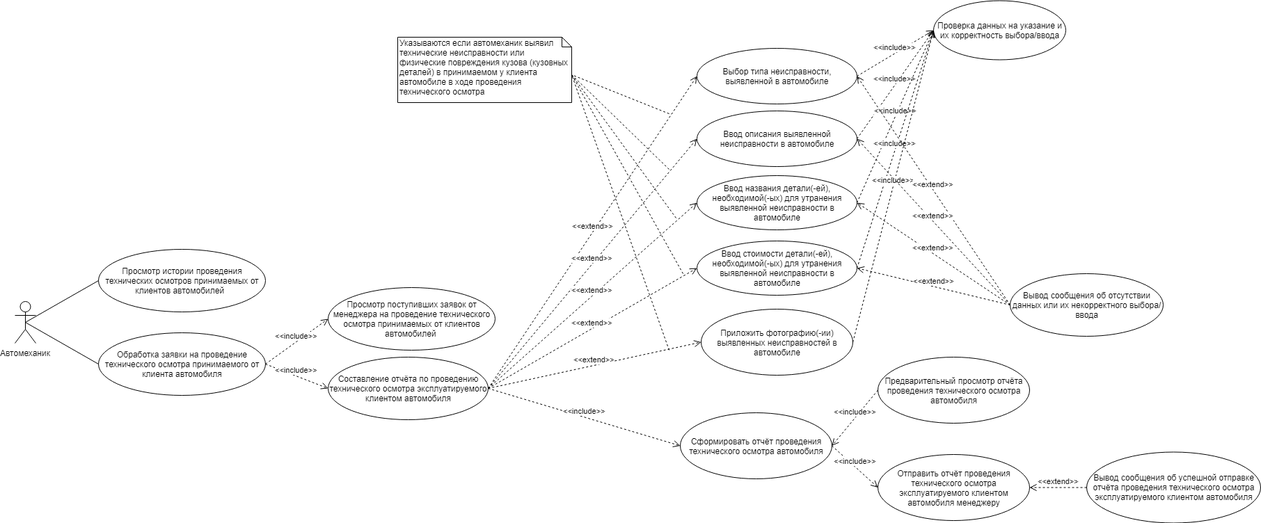
Above: Use-Case diagrams/Use-Case Diagram (Automaster).png in Igor-Manikhin/software-architectures-2020 (draw.io), before the change. Source tidied: cells renumbered, new cells last; positions are measured from the earlier drawing's top-left corner, leaving out a move shared by most shapes. The source it was exported from:
```xml
<mxGraphModel>
  <root>
    <mxCell id="0" />
    <mxCell id="1" parent="0" />
    <mxCell id="2" value="Автомеханик" style="shape=umlActor;verticalLabelPosition=bottom;labelBackgroundColor=#ffffff;verticalAlign=top;html=1;outlineConnect=0;" parent="1" vertex="1">
      <mxGeometry y="432" width="30" height="60" as="geometry" />
    </mxCell>
    <mxCell id="3" value="Просмотр истории проведения технических осмотров принимаемых от клиентов автомобилей&amp;nbsp;&amp;nbsp;" style="ellipse;whiteSpace=wrap;html=1;" parent="1" vertex="1">
      <mxGeometry x="120" y="357" width="240" height="90" as="geometry" />
    </mxCell>
    <mxCell id="4" value="Обработка заявки на проведение технического осмотра принимаемого от клиента автомобиля" style="ellipse;whiteSpace=wrap;html=1;" parent="1" vertex="1">
      <mxGeometry x="120" y="477" width="240" height="90" as="geometry" />
    </mxCell>
    <mxCell id="5" style="endArrow=none;html=1;entryX=0;entryY=0.5;entryDx=0;entryDy=0;exitX=0.5;exitY=0.5;exitDx=0;exitDy=0;exitPerimeter=0;" parent="1" edge="1" source="2" target="4">
      <mxGeometry relative="1" as="geometry" />
    </mxCell>
    <mxCell id="6" style="endArrow=none;html=1;entryX=0;entryY=0.5;entryDx=0;entryDy=0;exitX=0.5;exitY=0.5;exitDx=0;exitDy=0;exitPerimeter=0;" parent="1" edge="1" source="2" target="3">
      <mxGeometry relative="1" as="geometry" />
    </mxCell>
    <mxCell id="7" value="Составление отчёта по проведению технического осмотра эксплуатируемого клиентом автомобиля" style="ellipse;whiteSpace=wrap;html=1;" parent="1" vertex="1">
      <mxGeometry x="450" y="512" width="230" height="90" as="geometry" />
    </mxCell>
    <mxCell id="8" value="&amp;lt;&amp;lt;include&amp;gt;&amp;gt;" style="html=1;verticalAlign=bottom;endArrow=open;dashed=1;endSize=8;exitX=1;exitY=0.5;exitDx=0;exitDy=0;entryX=0;entryY=0.5;entryDx=0;entryDy=0;" parent="1" edge="1" source="4" target="7">
      <mxGeometry relative="1" as="geometry" />
    </mxCell>
    <mxCell id="9" value="Ввод описания выявленной неисправности в автомобиле" style="ellipse;whiteSpace=wrap;html=1;" parent="1" vertex="1">
      <mxGeometry x="980" y="158" width="230" height="80" as="geometry" />
    </mxCell>
    <mxCell id="10" value="Ввод названия детали(-ей), необходимой(-ых) для утранения выявленной неисправности в автомобиле" style="ellipse;whiteSpace=wrap;html=1;" parent="1" vertex="1">
      <mxGeometry x="980" y="251" width="230" height="78" as="geometry" />
    </mxCell>
    <mxCell id="11" value="Ввод стоимости детали(-ей), необходимой(-ых) для утранения выявленной неисправности в автомобиле" style="ellipse;whiteSpace=wrap;html=1;" parent="1" vertex="1">
      <mxGeometry x="980" y="345" width="230" height="78" as="geometry" />
    </mxCell>
    <mxCell id="12" value="Выбор типа неисправности, выявленной в автомобиле" style="ellipse;whiteSpace=wrap;html=1;" parent="1" vertex="1">
      <mxGeometry x="980" y="68" width="230" height="80" as="geometry" />
    </mxCell>
    <mxCell id="13" value="Приложить фотографию(-ии) выявленных неисправностей в автомобиле" style="ellipse;whiteSpace=wrap;html=1;" parent="1" vertex="1">
      <mxGeometry x="986" y="443" width="218" height="95" as="geometry" />
    </mxCell>
    <mxCell id="14" value="&amp;lt;&amp;lt;extend&amp;gt;&amp;gt;" style="html=1;verticalAlign=bottom;endArrow=open;dashed=1;endSize=8;entryX=0;entryY=0.5;entryDx=0;entryDy=0;exitX=1;exitY=0.5;exitDx=0;exitDy=0;" parent="1" edge="1" source="7" target="12">
      <mxGeometry relative="1" as="geometry" />
    </mxCell>
    <mxCell id="15" value="&amp;lt;&amp;lt;extend&amp;gt;&amp;gt;" style="html=1;verticalAlign=bottom;endArrow=open;dashed=1;endSize=8;entryX=0;entryY=0.5;entryDx=0;entryDy=0;exitX=1;exitY=0.5;exitDx=0;exitDy=0;" parent="1" edge="1" source="7" target="9">
      <mxGeometry relative="1" as="geometry" />
    </mxCell>
    <mxCell id="16" value="&amp;lt;&amp;lt;extend&amp;gt;&amp;gt;" style="html=1;verticalAlign=bottom;endArrow=open;dashed=1;endSize=8;entryX=0;entryY=0.5;entryDx=0;entryDy=0;exitX=1;exitY=0.5;exitDx=0;exitDy=0;" parent="1" edge="1" source="7" target="10">
      <mxGeometry relative="1" as="geometry" />
    </mxCell>
    <mxCell id="17" value="&amp;lt;&amp;lt;extend&amp;gt;&amp;gt;" style="html=1;verticalAlign=bottom;endArrow=open;dashed=1;endSize=8;entryX=0;entryY=0.5;entryDx=0;entryDy=0;exitX=1;exitY=0.5;exitDx=0;exitDy=0;" parent="1" edge="1" source="7" target="11">
      <mxGeometry relative="1" as="geometry" />
    </mxCell>
    <mxCell id="18" value="&amp;lt;&amp;lt;extend&amp;gt;&amp;gt;" style="html=1;verticalAlign=bottom;endArrow=open;dashed=1;endSize=8;entryX=0;entryY=0.5;entryDx=0;entryDy=0;exitX=1;exitY=0.5;exitDx=0;exitDy=0;" parent="1" edge="1" source="7" target="13">
      <mxGeometry relative="1" as="geometry" />
    </mxCell>
    <mxCell id="19" value="Проверка данных на указание и их корректность выбора/ввода" style="ellipse;whiteSpace=wrap;html=1;" parent="1" vertex="1">
      <mxGeometry x="1320" y="-0.5" width="190" height="85" as="geometry" />
    </mxCell>
    <mxCell id="20" value="&amp;lt;&amp;lt;include&amp;gt;&amp;gt;" style="html=1;verticalAlign=bottom;endArrow=open;dashed=1;endSize=8;entryX=0;entryY=0.5;entryDx=0;entryDy=0;exitX=1;exitY=0.5;exitDx=0;exitDy=0;" parent="1" edge="1" source="12" target="19">
      <mxGeometry relative="1" as="geometry" />
    </mxCell>
    <mxCell id="21" value="&amp;lt;&amp;lt;include&amp;gt;&amp;gt;" style="html=1;verticalAlign=bottom;endArrow=open;dashed=1;endSize=8;entryX=0;entryY=0.5;entryDx=0;entryDy=0;exitX=1;exitY=0.5;exitDx=0;exitDy=0;" parent="1" edge="1" source="9" target="19">
      <mxGeometry relative="1" as="geometry" />
    </mxCell>
    <mxCell id="22" value="&amp;lt;&amp;lt;include&amp;gt;&amp;gt;" style="html=1;verticalAlign=bottom;endArrow=open;dashed=1;endSize=8;exitX=1;exitY=0.5;exitDx=0;exitDy=0;entryX=0;entryY=0.5;entryDx=0;entryDy=0;" parent="1" edge="1" source="10" target="19">
      <mxGeometry relative="1" as="geometry" />
    </mxCell>
    <mxCell id="23" value="&amp;lt;&amp;lt;include&amp;gt;&amp;gt;" style="html=1;verticalAlign=bottom;endArrow=open;dashed=1;endSize=8;entryX=0;entryY=0.5;entryDx=0;entryDy=0;exitX=1;exitY=0.5;exitDx=0;exitDy=0;" parent="1" edge="1" source="11" target="19">
      <mxGeometry relative="1" as="geometry" />
    </mxCell>
    <mxCell id="24" value="&amp;lt;&amp;lt;include&amp;gt;&amp;gt;" style="html=1;verticalAlign=bottom;endArrow=open;dashed=1;endSize=8;entryX=0;entryY=0.5;entryDx=0;entryDy=0;exitX=1;exitY=0.5;exitDx=0;exitDy=0;" parent="1" edge="1" source="13" target="19">
      <mxGeometry relative="1" as="geometry" />
    </mxCell>
    <mxCell id="25" value="Вывод сообщения об отсутствии данных или их некорректного выбора/ввода" style="ellipse;whiteSpace=wrap;html=1;" parent="1" vertex="1">
      <mxGeometry x="1430" y="392" width="220" height="90" as="geometry" />
    </mxCell>
    <mxCell id="26" value="&amp;lt;&amp;lt;extend&amp;gt;&amp;gt;" style="html=1;verticalAlign=bottom;endArrow=open;dashed=1;endSize=8;entryX=1;entryY=0.5;entryDx=0;entryDy=0;exitX=0;exitY=0.5;exitDx=0;exitDy=0;" parent="1" edge="1" source="25" target="12">
      <mxGeometry relative="1" as="geometry" />
    </mxCell>
    <mxCell id="27" value="&amp;lt;&amp;lt;extend&amp;gt;&amp;gt;" style="html=1;verticalAlign=bottom;endArrow=open;dashed=1;endSize=8;entryX=1;entryY=0.5;entryDx=0;entryDy=0;exitX=0;exitY=0.5;exitDx=0;exitDy=0;" parent="1" edge="1" source="25" target="9">
      <mxGeometry relative="1" as="geometry" />
    </mxCell>
    <mxCell id="28" value="&amp;lt;&amp;lt;extend&amp;gt;&amp;gt;" style="html=1;verticalAlign=bottom;endArrow=open;dashed=1;endSize=8;entryX=1;entryY=0.5;entryDx=0;entryDy=0;exitX=0;exitY=0.5;exitDx=0;exitDy=0;" parent="1" edge="1" source="25" target="10">
      <mxGeometry relative="1" as="geometry" />
    </mxCell>
    <mxCell id="29" value="&amp;lt;&amp;lt;extend&amp;gt;&amp;gt;" style="html=1;verticalAlign=bottom;endArrow=open;dashed=1;endSize=8;entryX=1;entryY=0.5;entryDx=0;entryDy=0;exitX=0;exitY=0.5;exitDx=0;exitDy=0;" parent="1" edge="1" source="25" target="11">
      <mxGeometry relative="1" as="geometry" />
    </mxCell>
    <mxCell id="30" value="Сформировать отчёт проведения технического осмотра автомобиля" style="ellipse;whiteSpace=wrap;html=1;" parent="1" vertex="1">
      <mxGeometry x="956" y="592" width="218" height="95" as="geometry" />
    </mxCell>
    <mxCell id="31" value="&amp;lt;&amp;lt;include&amp;gt;&amp;gt;" style="html=1;verticalAlign=bottom;endArrow=open;dashed=1;endSize=8;exitX=1;exitY=0.5;exitDx=0;exitDy=0;entryX=0;entryY=0.5;entryDx=0;entryDy=0;" parent="1" edge="1" source="7" target="30">
      <mxGeometry relative="1" as="geometry" />
    </mxCell>
    <mxCell id="32" value="Предварительный просмотр отчёта проведения технического осмотра автомобиля" style="ellipse;whiteSpace=wrap;html=1;" parent="1" vertex="1">
      <mxGeometry x="1240" y="512" width="218" height="95" as="geometry" />
    </mxCell>
    <mxCell id="33" value="&amp;lt;&amp;lt;include&amp;gt;&amp;gt;" style="html=1;verticalAlign=bottom;endArrow=open;dashed=1;endSize=8;exitX=0;exitY=0.5;exitDx=0;exitDy=0;entryX=1;entryY=0.5;entryDx=0;entryDy=0;" parent="1" edge="1" source="32" target="30">
      <mxGeometry relative="1" as="geometry" />
    </mxCell>
    <mxCell id="34" value="Отправить отчёт проведения технического осмотра эксплуатируемого клиентом автомобиля менеджеру" style="ellipse;whiteSpace=wrap;html=1;" parent="1" vertex="1">
      <mxGeometry x="1240" y="652" width="218" height="95" as="geometry" />
    </mxCell>
    <mxCell id="35" value="&amp;lt;&amp;lt;include&amp;gt;&amp;gt;" style="html=1;verticalAlign=bottom;endArrow=open;dashed=1;endSize=8;exitX=1;exitY=0.5;exitDx=0;exitDy=0;entryX=0;entryY=0.5;entryDx=0;entryDy=0;" parent="1" edge="1" source="30" target="34">
      <mxGeometry relative="1" as="geometry" />
    </mxCell>
    <mxCell id="36" value="Вывод сообщения об успешной отправке отчёта проведения технического осмотра эксплуатируемого клиентом автомобиля" style="ellipse;whiteSpace=wrap;html=1;" parent="1" vertex="1">
      <mxGeometry x="1540" y="648.5" width="250" height="102" as="geometry" />
    </mxCell>
    <mxCell id="37" value="&amp;lt;&amp;lt;extend&amp;gt;&amp;gt;" style="html=1;verticalAlign=bottom;endArrow=open;dashed=1;endSize=8;exitX=0;exitY=0.5;exitDx=0;exitDy=0;entryX=1;entryY=0.5;entryDx=0;entryDy=0;" parent="1" edge="1" source="36" target="34">
      <mxGeometry relative="1" as="geometry" />
    </mxCell>
    <mxCell id="38" value="Просмотр поступивших заявок от менеджера на проведение технического осмотра принимаемых от клиентов автомобилей&amp;nbsp;" style="ellipse;whiteSpace=wrap;html=1;" parent="1" vertex="1">
      <mxGeometry x="450" y="412" width="240" height="90" as="geometry" />
    </mxCell>
    <mxCell id="39" value="&amp;lt;&amp;lt;include&amp;gt;&amp;gt;" style="html=1;verticalAlign=bottom;endArrow=open;dashed=1;endSize=8;exitX=1;exitY=0.5;exitDx=0;exitDy=0;entryX=0;entryY=0.5;entryDx=0;entryDy=0;" parent="1" edge="1" source="4" target="38">
      <mxGeometry relative="1" as="geometry" />
    </mxCell>
    <mxCell id="40" value="Указываются если автомеханик выявил технические неисправности или физические повреждения кузова (кузовных деталей) в принимаемом у клиента автомобиле в ходе проведения технического осмотра" style="shape=note;whiteSpace=wrap;html=1;size=14;verticalAlign=top;align=left;spacingTop=-6;" parent="1" vertex="1">
      <mxGeometry x="550" y="52" width="250" height="94" as="geometry" />
    </mxCell>
    <mxCell id="41" style="endArrow=none;dashed=1;html=1;entryX=0;entryY=0;entryDx=250;entryDy=53.99999999999999;entryPerimeter=0;" parent="1" edge="1" target="40">
      <mxGeometry relative="1" as="geometry">
        <mxPoint x="940" y="162" as="sourcePoint" />
      </mxGeometry>
    </mxCell>
    <mxCell id="42" style="endArrow=none;dashed=1;html=1;entryX=0;entryY=0;entryDx=250;entryDy=53.99999999999999;entryPerimeter=0;" parent="1" edge="1" target="40">
      <mxGeometry relative="1" as="geometry">
        <mxPoint x="940" y="242" as="sourcePoint" />
      </mxGeometry>
    </mxCell>
    <mxCell id="43" style="endArrow=none;dashed=1;html=1;entryX=0;entryY=0;entryDx=250;entryDy=53.99999999999999;entryPerimeter=0;" parent="1" edge="1" target="40">
      <mxGeometry relative="1" as="geometry">
        <mxPoint x="950" y="312" as="sourcePoint" />
      </mxGeometry>
    </mxCell>
    <mxCell id="44" style="endArrow=none;dashed=1;html=1;entryX=0;entryY=0;entryDx=250;entryDy=54;entryPerimeter=0;" parent="1" edge="1" target="40">
      <mxGeometry relative="1" as="geometry">
        <mxPoint x="960" y="392" as="sourcePoint" />
      </mxGeometry>
    </mxCell>
    <mxCell id="45" style="endArrow=none;dashed=1;html=1;entryX=0;entryY=0;entryDx=250;entryDy=53.99999999999999;entryPerimeter=0;" parent="1" edge="1" target="40">
      <mxGeometry relative="1" as="geometry">
        <mxPoint x="940" y="502" as="sourcePoint" />
      </mxGeometry>
    </mxCell>
  </root>
</mxGraphModel>
```
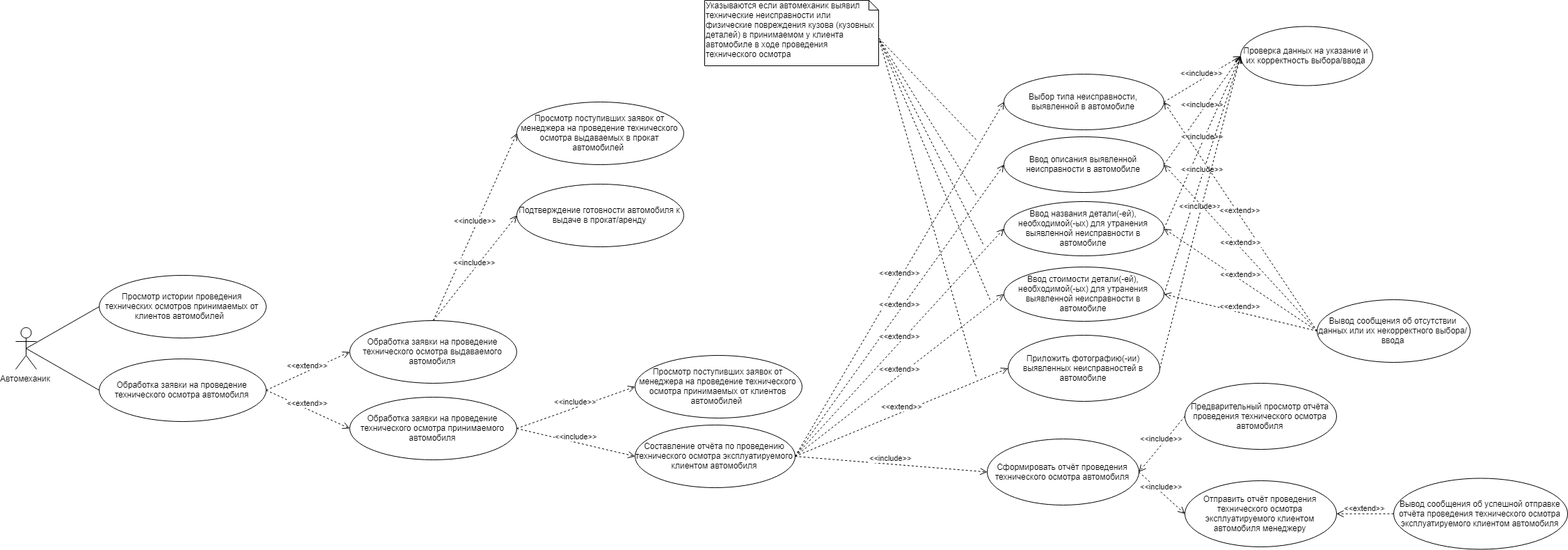
The same file after the commit.

Change to the diagram source:
```diff
@@ -3,13 +3,13 @@
     <mxCell id="0" />
     <mxCell id="1" parent="0" />
     <mxCell id="2" value="Автомеханик" style="shape=umlActor;verticalLabelPosition=bottom;labelBackgroundColor=#ffffff;verticalAlign=top;html=1;outlineConnect=0;" parent="1" vertex="1">
-      <mxGeometry y="432" width="30" height="60" as="geometry" />
+      <mxGeometry x="-440" y="432" width="30" height="60" as="geometry" />
     </mxCell>
     <mxCell id="3" value="Просмотр истории проведения технических осмотров принимаемых от клиентов автомобилей&amp;nbsp;&amp;nbsp;" style="ellipse;whiteSpace=wrap;html=1;" parent="1" vertex="1">
-      <mxGeometry x="120" y="357" width="240" height="90" as="geometry" />
+      <mxGeometry x="-320" y="357" width="240" height="90" as="geometry" />
     </mxCell>
-    <mxCell id="4" value="Обработка заявки на проведение технического осмотра принимаемого от клиента автомобиля" style="ellipse;whiteSpace=wrap;html=1;" parent="1" vertex="1">
-      <mxGeometry x="120" y="477" width="240" height="90" as="geometry" />
+    <mxCell id="4" value="Обработка заявки на проведение технического осмотра автомобиля" style="ellipse;whiteSpace=wrap;html=1;" parent="1" vertex="1">
+      <mxGeometry x="-320" y="477" width="240" height="90" as="geometry" />
     </mxCell>
     <mxCell id="5" style="endArrow=none;html=1;entryX=0;entryY=0.5;entryDx=0;entryDy=0;exitX=0.5;exitY=0.5;exitDx=0;exitDy=0;exitPerimeter=0;" parent="1" edge="1" source="2" target="4">
       <mxGeometry relative="1" as="geometry" />
@@ -18,9 +18,9 @@
       <mxGeometry relative="1" as="geometry" />
     </mxCell>
     <mxCell id="7" value="Составление отчёта по проведению технического осмотра эксплуатируемого клиентом автомобиля" style="ellipse;whiteSpace=wrap;html=1;" parent="1" vertex="1">
-      <mxGeometry x="450" y="512" width="230" height="90" as="geometry" />
+      <mxGeometry x="450" y="572" width="230" height="90" as="geometry" />
     </mxCell>
-    <mxCell id="8" value="&amp;lt;&amp;lt;include&amp;gt;&amp;gt;" style="html=1;verticalAlign=bottom;endArrow=open;dashed=1;endSize=8;exitX=1;exitY=0.5;exitDx=0;exitDy=0;entryX=0;entryY=0.5;entryDx=0;entryDy=0;" parent="1" edge="1" source="4" target="7">
+    <mxCell id="8" value="&amp;lt;&amp;lt;include&amp;gt;&amp;gt;" style="html=1;verticalAlign=bottom;endArrow=open;dashed=1;endSize=8;entryX=0;entryY=0.5;entryDx=0;entryDy=0;exitX=1;exitY=0.5;exitDx=0;exitDy=0;" parent="1" edge="1" source="49" target="7">
       <mxGeometry relative="1" as="geometry" />
     </mxCell>
     <mxCell id="9" value="Ввод описания выявленной неисправности в автомобиле" style="ellipse;whiteSpace=wrap;html=1;" parent="1" vertex="1">
@@ -111,13 +111,13 @@
       <mxGeometry relative="1" as="geometry" />
     </mxCell>
     <mxCell id="38" value="Просмотр поступивших заявок от менеджера на проведение технического осмотра принимаемых от клиентов автомобилей&amp;nbsp;" style="ellipse;whiteSpace=wrap;html=1;" parent="1" vertex="1">
-      <mxGeometry x="450" y="412" width="240" height="90" as="geometry" />
+      <mxGeometry x="450" y="472" width="240" height="90" as="geometry" />
     </mxCell>
-    <mxCell id="39" value="&amp;lt;&amp;lt;include&amp;gt;&amp;gt;" style="html=1;verticalAlign=bottom;endArrow=open;dashed=1;endSize=8;exitX=1;exitY=0.5;exitDx=0;exitDy=0;entryX=0;entryY=0.5;entryDx=0;entryDy=0;" parent="1" edge="1" source="4" target="38">
+    <mxCell id="39" value="&amp;lt;&amp;lt;include&amp;gt;&amp;gt;" style="html=1;verticalAlign=bottom;endArrow=open;dashed=1;endSize=8;entryX=0;entryY=0.5;entryDx=0;entryDy=0;exitX=1;exitY=0.5;exitDx=0;exitDy=0;" parent="1" edge="1" source="49" target="38">
       <mxGeometry relative="1" as="geometry" />
     </mxCell>
     <mxCell id="40" value="Указываются если автомеханик выявил технические неисправности или физические повреждения кузова (кузовных деталей) в принимаемом у клиента автомобиле в ходе проведения технического осмотра" style="shape=note;whiteSpace=wrap;html=1;size=14;verticalAlign=top;align=left;spacingTop=-6;" parent="1" vertex="1">
-      <mxGeometry x="550" y="52" width="250" height="94" as="geometry" />
+      <mxGeometry x="550" y="-38" width="250" height="94" as="geometry" />
     </mxCell>
     <mxCell id="41" style="endArrow=none;dashed=1;html=1;entryX=0;entryY=0;entryDx=250;entryDy=53.99999999999999;entryPerimeter=0;" parent="1" edge="1" target="40">
       <mxGeometry relative="1" as="geometry">
@@ -144,5 +144,29 @@
         <mxPoint x="940" y="502" as="sourcePoint" />
       </mxGeometry>
     </mxCell>
+    <mxCell id="46" value="Просмотр поступивших заявок от менеджера на проведение технического осмотра выдаваемых в прокат автомобилей&amp;nbsp;" style="ellipse;whiteSpace=wrap;html=1;" parent="1" vertex="1">
+      <mxGeometry x="280" y="108" width="240" height="90" as="geometry" />
+    </mxCell>
+    <mxCell id="47" value="&amp;lt;&amp;lt;include&amp;gt;&amp;gt;" style="html=1;verticalAlign=bottom;endArrow=open;dashed=1;endSize=8;entryX=0;entryY=0.5;entryDx=0;entryDy=0;exitX=0.5;exitY=0;exitDx=0;exitDy=0;" parent="1" edge="1" source="48" target="46">
+      <mxGeometry relative="1" as="geometry" />
+    </mxCell>
+    <mxCell id="48" value="Обработка заявки на проведение технического осмотра выдаваемого автомобиля" style="ellipse;whiteSpace=wrap;html=1;" parent="1" vertex="1">
+      <mxGeometry x="40" y="422" width="240" height="90" as="geometry" />
+    </mxCell>
+    <mxCell id="49" value="Обработка заявки на проведение технического осмотра принимаемого автомобиля" style="ellipse;whiteSpace=wrap;html=1;" parent="1" vertex="1">
+      <mxGeometry x="40" y="532" width="240" height="90" as="geometry" />
+    </mxCell>
+    <mxCell id="50" value="&amp;lt;&amp;lt;extend&amp;gt;&amp;gt;" style="html=1;verticalAlign=bottom;endArrow=open;dashed=1;endSize=8;entryX=0;entryY=0.5;entryDx=0;entryDy=0;exitX=1;exitY=0.5;exitDx=0;exitDy=0;" parent="1" edge="1" source="4" target="48">
+      <mxGeometry relative="1" as="geometry" />
+    </mxCell>
+    <mxCell id="51" value="&amp;lt;&amp;lt;extend&amp;gt;&amp;gt;" style="html=1;verticalAlign=bottom;endArrow=open;dashed=1;endSize=8;exitX=1;exitY=0.5;exitDx=0;exitDy=0;entryX=0;entryY=0.5;entryDx=0;entryDy=0;" parent="1" edge="1" source="4" target="49">
+      <mxGeometry relative="1" as="geometry" />
+    </mxCell>
+    <mxCell id="52" value="Подтверждение готовности автомобиля к выдаче в прокат/аренду" style="ellipse;whiteSpace=wrap;html=1;" parent="1" vertex="1">
+      <mxGeometry x="280" y="226" width="240" height="90" as="geometry" />
+    </mxCell>
+    <mxCell id="53" value="&amp;lt;&amp;lt;include&amp;gt;&amp;gt;" style="html=1;verticalAlign=bottom;endArrow=open;dashed=1;endSize=8;entryX=0;entryY=0.5;entryDx=0;entryDy=0;exitX=0.5;exitY=0;exitDx=0;exitDy=0;" parent="1" edge="1" source="48" target="52">
+      <mxGeometry relative="1" as="geometry" />
+    </mxCell>
   </root>
 </mxGraphModel>
```
